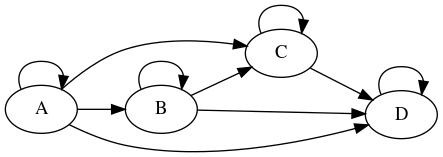
Earlier version of the Graphviz export vignettes/mono.png (ajsims1704/rdecision). Its source is kept beside it as vignettes/mono.gv. Source of this version:
```dot
digraph rdecision {
  size="7,7" ;
  rankdir=LR ;
   "A" -> "A"  ;
   "A" -> "B"  ;
   "A" -> "C"  ;
   "A" -> "D"  ;
   "B" -> "B"  ;
   "B" -> "C"  ;
   "B" -> "D"  ;
   "C" -> "C"  ;
   "C" -> "D"  ;
   "D" -> "D"  ;
}
```
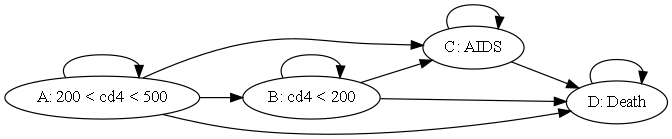
The same diagram one commit later.

Diff of the diagram source:
```diff
@@ -1,14 +1,14 @@
 digraph rdecision {
   size="7,7" ;
   rankdir=LR ;
-   "A" -> "A"  ;
-   "A" -> "B"  ;
-   "A" -> "C"  ;
-   "A" -> "D"  ;
-   "B" -> "B"  ;
-   "B" -> "C"  ;
-   "B" -> "D"  ;
-   "C" -> "C"  ;
-   "C" -> "D"  ;
-   "D" -> "D"  ;
+   "A: 200 < cd4 < 500" -> "A: 200 < cd4 < 500"  ;
+   "A: 200 < cd4 < 500" -> "B: cd4 < 200"  ;
+   "A: 200 < cd4 < 500" -> "C: AIDS"  ;
+   "A: 200 < cd4 < 500" -> "D: Death"  ;
+   "B: cd4 < 200" -> "B: cd4 < 200"  ;
+   "B: cd4 < 200" -> "C: AIDS"  ;
+   "B: cd4 < 200" -> "D: Death"  ;
+   "C: AIDS" -> "C: AIDS"  ;
+   "C: AIDS" -> "D: Death"  ;
+   "D: Death" -> "D: Death"  ;
 }
```
